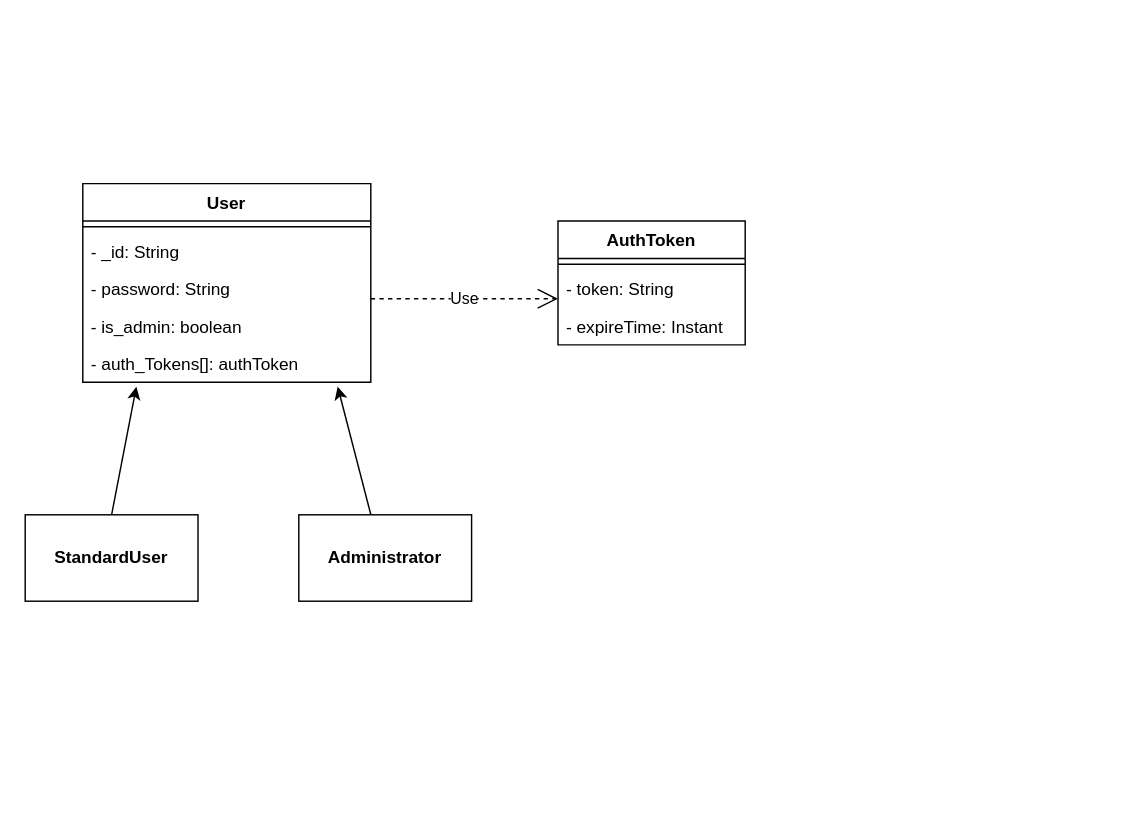
Above: page "Server" (2 of 3) of drawio/project.drawio in nferrante1/lsmsd2 (draw.io), before the change. Source tidied: cells renumbered, new cells numbered last; positions are measured from the earlier drawing's top-left corner, leaving out a move shared by most shapes. Both pictures are drawn from the tidied source at 144%, with x=0, y=0 at pixel (24, 183).
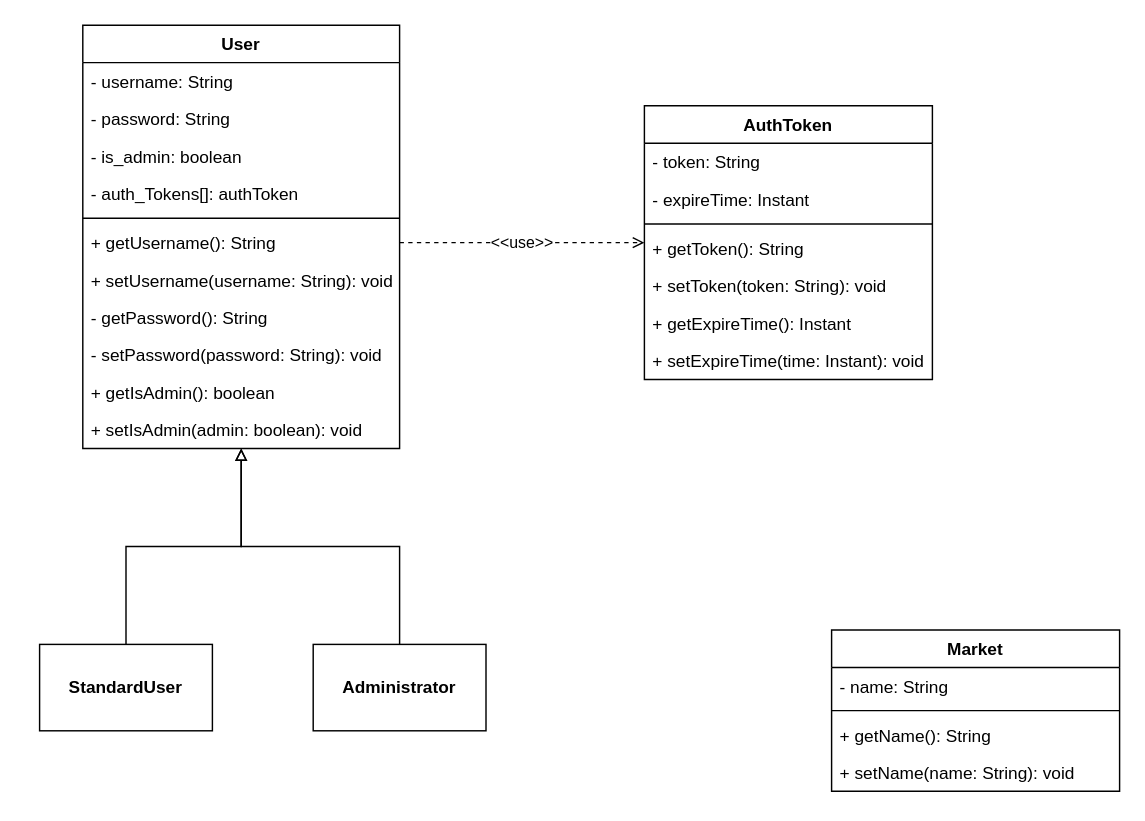
Above is the later version.

Change to the diagram source:
```diff
@@
     <mxCell id="2" value="AuthToken" style="swimlane;fontStyle=1;align=center;verticalAlign=top;horizontal=1;startSize=26;" parent="1" vertex="1">
-      <mxGeometry x="370" y="26" width="130" height="86" as="geometry" />
+      <mxGeometry x="430" y="-54" width="200" height="190" as="geometry" />
     </mxCell>
-    <mxCell id="3" style="line;strokeWidth=1;fillColor=none;align=left;verticalAlign=middle;spacingTop=-1;spacingLeft=3;spacingRight=3;labelPosition=right;" parent="2" vertex="1">
-      <mxGeometry y="26" width="130" height="8" as="geometry" />
-    </mxCell>
     <mxCell id="4" value="- token: String" style="text;strokeColor=none;fillColor=none;align=left;verticalAlign=top;spacingLeft=4;spacingRight=4;overflow=hidden;fontStyle=0;" parent="2" vertex="1">
-      <mxGeometry y="34" width="130" height="26" as="geometry" />
+      <mxGeometry y="26" width="200" height="26" as="geometry" />
     </mxCell>
     <mxCell id="5" value="- expireTime: Instant" style="text;strokeColor=none;fillColor=none;align=left;verticalAlign=top;spacingLeft=4;spacingRight=4;overflow=hidden;fontStyle=0;" parent="2" vertex="1">
-      <mxGeometry y="60" width="130" height="26" as="geometry" />
+      <mxGeometry y="52" width="200" height="26" as="geometry" />
     </mxCell>
+    <mxCell id="3" style="line;strokeWidth=1;fillColor=none;align=left;verticalAlign=middle;spacingTop=-1;spacingLeft=3;spacingRight=3;labelPosition=right;" parent="2" vertex="1">
+      <mxGeometry y="78" width="200" height="8" as="geometry" />
+    </mxCell>
+    <mxCell id="17" value="+ getToken(): String" style="text;strokeColor=none;fillColor=none;align=left;verticalAlign=top;spacingLeft=4;spacingRight=4;overflow=hidden;fontStyle=0;" parent="2" vertex="1">
+      <mxGeometry y="86" width="200" height="26" as="geometry" />
+    </mxCell>
+    <mxCell id="18" value="+ setToken(token: String): void" style="text;strokeColor=none;fillColor=none;align=left;verticalAlign=top;spacingLeft=4;spacingRight=4;overflow=hidden;fontStyle=0;" parent="2" vertex="1">
+      <mxGeometry y="112" width="200" height="26" as="geometry" />
+    </mxCell>
+    <mxCell id="19" value="+ getExpireTime(): Instant" style="text;strokeColor=none;fillColor=none;align=left;verticalAlign=top;spacingLeft=4;spacingRight=4;overflow=hidden;fontStyle=0;" parent="2" vertex="1">
+      <mxGeometry y="138" width="200" height="26" as="geometry" />
+    </mxCell>
+    <mxCell id="20" value="+ setExpireTime(time: Instant): void" style="text;strokeColor=none;fillColor=none;align=left;verticalAlign=top;spacingLeft=4;spacingRight=4;overflow=hidden;fontStyle=0;" parent="2" vertex="1">
+      <mxGeometry y="164" width="200" height="26" as="geometry" />
+    </mxCell>
+    <mxCell id="21" style="edgeStyle=orthogonalEdgeStyle;rounded=0;jettySize=auto;html=1;endArrow=block;endFill=0;" parent="1" edge="1" source="6" target="11">
+      <mxGeometry relative="1" as="geometry" />
+    </mxCell>
     <mxCell id="6" value="&lt;b&gt;StandardUser&lt;/b&gt;" style="rounded=0;whiteSpace=wrap;html=1;" parent="1" vertex="1">
-      <mxGeometry y="230" width="120" height="60" as="geometry" />
+      <mxGeometry x="10" y="320" width="120" height="60" as="geometry" />
     </mxCell>
+    <mxCell id="22" style="edgeStyle=orthogonalEdgeStyle;rounded=0;jettySize=auto;html=1;endArrow=block;endFill=0;" parent="1" edge="1" source="7" target="11">
+      <mxGeometry relative="1" as="geometry" />
+    </mxCell>
     <mxCell id="7" value="&lt;b&gt;Administrator&lt;/b&gt;" style="rounded=0;whiteSpace=wrap;html=1;" parent="1" vertex="1">
-      <mxGeometry x="190" y="230" width="120" height="60" as="geometry" />
+      <mxGeometry x="200" y="320" width="120" height="60" as="geometry" />
     </mxCell>
-    <mxCell id="8" style="endArrow=classic;html=1;entryX=0.186;entryY=1.115;entryDx=0;entryDy=0;entryPerimeter=0;" parent="1" edge="1" target="16">
-      <mxGeometry relative="1" as="geometry">
-        <mxPoint x="60" y="230" as="sourcePoint" />
-      </mxGeometry>
-    </mxCell>
-    <mxCell id="9" style="endArrow=classic;html=1;entryX=0.885;entryY=1.115;entryDx=0;entryDy=0;entryPerimeter=0;exitX=0.417;exitY=0;exitDx=0;exitDy=0;exitPerimeter=0;" parent="1" edge="1" source="7" target="16">
-      <mxGeometry relative="1" as="geometry" />
-    </mxCell>
-    <mxCell id="10" value="Use" style="endArrow=open;endSize=12;dashed=1;html=1;" parent="1" edge="1">
-      <mxGeometry relative="1" as="geometry">
-        <mxPoint x="240" y="80" as="sourcePoint" />
-        <mxPoint x="370" y="80" as="targetPoint" />
-      </mxGeometry>
-    </mxCell>
     <mxCell id="11" value="User" style="swimlane;fontStyle=1;align=center;verticalAlign=top;horizontal=1;startSize=26;" parent="1" vertex="1">
-      <mxGeometry x="40" width="200" height="138" as="geometry" />
+      <mxGeometry x="40" y="-110" width="220" height="294" as="geometry" />
     </mxCell>
-    <mxCell id="12" style="line;strokeWidth=1;fillColor=none;align=left;verticalAlign=middle;spacingTop=-1;spacingLeft=3;spacingRight=3;labelPosition=right;" parent="11" vertex="1">
-      <mxGeometry y="26" width="200" height="8" as="geometry" />
-    </mxCell>
-    <mxCell id="13" value="- _id: String" style="text;strokeColor=none;fillColor=none;align=left;verticalAlign=top;spacingLeft=4;spacingRight=4;overflow=hidden;fontStyle=0;" parent="11" vertex="1">
-      <mxGeometry y="34" width="200" height="26" as="geometry" />
+    <mxCell id="13" value="- username: String" style="text;strokeColor=none;fillColor=none;align=left;verticalAlign=top;spacingLeft=4;spacingRight=4;overflow=hidden;fontStyle=0;" parent="11" vertex="1">
+      <mxGeometry y="26" width="220" height="26" as="geometry" />
     </mxCell>
     <mxCell id="14" value="- password: String" style="text;strokeColor=none;fillColor=none;align=left;verticalAlign=top;spacingLeft=4;spacingRight=4;overflow=hidden;fontStyle=0;" parent="11" vertex="1">
-      <mxGeometry y="60" width="200" height="26" as="geometry" />
+      <mxGeometry y="52" width="220" height="26" as="geometry" />
     </mxCell>
     <mxCell id="15" value="- is_admin: boolean" style="text;strokeColor=none;fillColor=none;align=left;verticalAlign=top;spacingLeft=4;spacingRight=4;overflow=hidden;fontStyle=0;" parent="11" vertex="1">
-      <mxGeometry y="86" width="200" height="26" as="geometry" />
+      <mxGeometry y="78" width="220" height="26" as="geometry" />
     </mxCell>
     <mxCell id="16" value="- auth_Tokens[]: authToken" style="text;strokeColor=none;fillColor=none;align=left;verticalAlign=top;spacingLeft=4;spacingRight=4;overflow=hidden;points=[[0,0.5],[1,0.5]];portConstraint=eastwest;fontStyle=0;" parent="11" vertex="1">
-      <mxGeometry y="112" width="200" height="26" as="geometry" />
+      <mxGeometry y="104" width="220" height="26" as="geometry" />
     </mxCell>
+    <mxCell id="12" style="line;strokeWidth=1;fillColor=none;align=left;verticalAlign=middle;spacingTop=-1;spacingLeft=3;spacingRight=3;labelPosition=right;" parent="11" vertex="1">
+      <mxGeometry y="130" width="220" height="8" as="geometry" />
+    </mxCell>
+    <mxCell id="23" value="+ getUsername(): String" style="text;strokeColor=none;fillColor=none;align=left;verticalAlign=top;spacingLeft=4;spacingRight=4;overflow=hidden;points=[[0,0.5],[1,0.5]];portConstraint=eastwest;fontStyle=0;" parent="11" vertex="1">
+      <mxGeometry y="138" width="220" height="26" as="geometry" />
+    </mxCell>
+    <mxCell id="24" value="+ setUsername(username: String): void" style="text;strokeColor=none;fillColor=none;align=left;verticalAlign=top;spacingLeft=4;spacingRight=4;overflow=hidden;fontStyle=0;" parent="11" vertex="1">
+      <mxGeometry y="164" width="220" height="26" as="geometry" />
+    </mxCell>
+    <mxCell id="25" value="- getPassword(): String" style="text;strokeColor=none;fillColor=none;align=left;verticalAlign=top;spacingLeft=4;spacingRight=4;overflow=hidden;fontStyle=0;" parent="11" vertex="1">
+      <mxGeometry y="190" width="220" height="26" as="geometry" />
+    </mxCell>
+    <mxCell id="26" value="- setPassword(password: String): void" style="text;strokeColor=none;fillColor=none;align=left;verticalAlign=top;spacingLeft=4;spacingRight=4;overflow=hidden;fontStyle=0;" parent="11" vertex="1">
+      <mxGeometry y="216" width="220" height="26" as="geometry" />
+    </mxCell>
+    <mxCell id="27" value="+ getIsAdmin(): boolean" style="text;strokeColor=none;fillColor=none;align=left;verticalAlign=top;spacingLeft=4;spacingRight=4;overflow=hidden;fontStyle=0;" parent="11" vertex="1">
+      <mxGeometry y="242" width="220" height="26" as="geometry" />
+    </mxCell>
+    <mxCell id="28" value="+ setIsAdmin(admin: boolean): void" style="text;strokeColor=none;fillColor=none;align=left;verticalAlign=top;spacingLeft=4;spacingRight=4;overflow=hidden;fontStyle=0;" parent="11" vertex="1">
+      <mxGeometry y="268" width="220" height="26" as="geometry" />
+    </mxCell>
+    <mxCell id="29" value="Market" style="swimlane;fontStyle=1;align=center;verticalAlign=top;horizontal=1;startSize=26;" parent="1" vertex="1">
+      <mxGeometry x="560" y="310" width="200" height="112" as="geometry" />
+    </mxCell>
+    <mxCell id="30" value="- name: String" style="text;strokeColor=none;fillColor=none;align=left;verticalAlign=top;spacingLeft=4;spacingRight=4;overflow=hidden;fontStyle=0;" parent="29" vertex="1">
+      <mxGeometry y="26" width="200" height="26" as="geometry" />
+    </mxCell>
+    <mxCell id="31" style="line;strokeWidth=1;fillColor=none;align=left;verticalAlign=middle;spacingTop=-1;spacingLeft=3;spacingRight=3;labelPosition=right;" parent="29" vertex="1">
+      <mxGeometry y="52" width="200" height="8" as="geometry" />
+    </mxCell>
+    <mxCell id="32" value="+ getName(): String" style="text;strokeColor=none;fillColor=none;align=left;verticalAlign=top;spacingLeft=4;spacingRight=4;overflow=hidden;fontStyle=0;" parent="29" vertex="1">
+      <mxGeometry y="60" width="200" height="26" as="geometry" />
+    </mxCell>
+    <mxCell id="33" value="+ setName(name: String): void" style="text;strokeColor=none;fillColor=none;align=left;verticalAlign=top;spacingLeft=4;spacingRight=4;overflow=hidden;fontStyle=0;" parent="29" vertex="1">
+      <mxGeometry y="86" width="200" height="26" as="geometry" />
+    </mxCell>
+    <mxCell id="34" value="&amp;lt;&amp;lt;use&amp;gt;&amp;gt;" style="edgeStyle=orthogonalEdgeStyle;rounded=0;jettySize=auto;html=1;endArrow=open;endFill=0;dashed=1;" parent="1" edge="1" source="23" target="2">
+      <mxGeometry relative="1" as="geometry" />
+    </mxCell>
```
